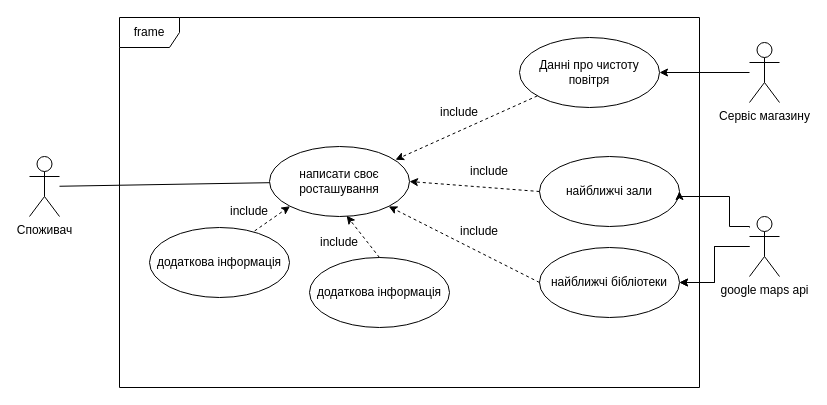
oleksandrblazhko/ai201-kalarashan keeps this draw.io diagram as 1-SoftwareRequirements/1.3-SoftwareUserRequirements/1.3.3-UseCaseDiagram/USECASE.drawio. Above is the earlier version. Source tidied: cells renumbered, new cells numbered last; positions are measured from the earlier drawing's top-left corner, leaving out a move shared by most shapes. Both pictures are drawn from the tidied source at 100%, with x=0, y=0 at pixel (29, 17).
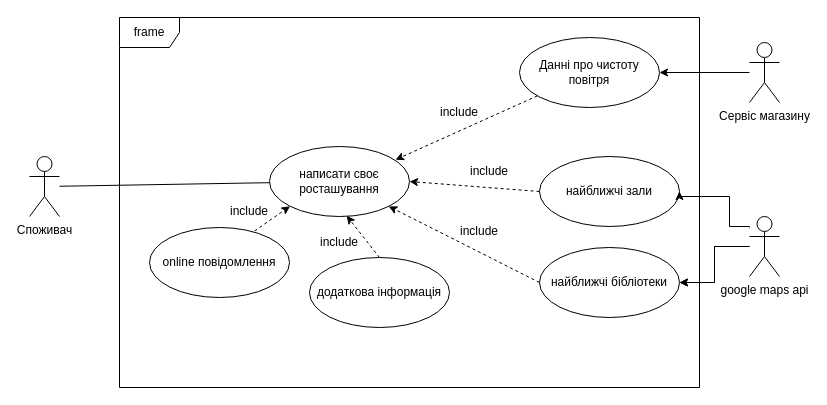
The same page after the edit.

What changed in the source:
```diff
@@
-    <mxCell id="24" value="додаткова інформація" style="ellipse;whiteSpace=wrap;html=1;" parent="1" vertex="1">
+    <mxCell id="24" value="online повідомлення" style="ellipse;whiteSpace=wrap;html=1;" parent="1" vertex="1">
       <mxGeometry x="120" y="210" width="140" height="70" as="geometry" />
     </mxCell>
```
